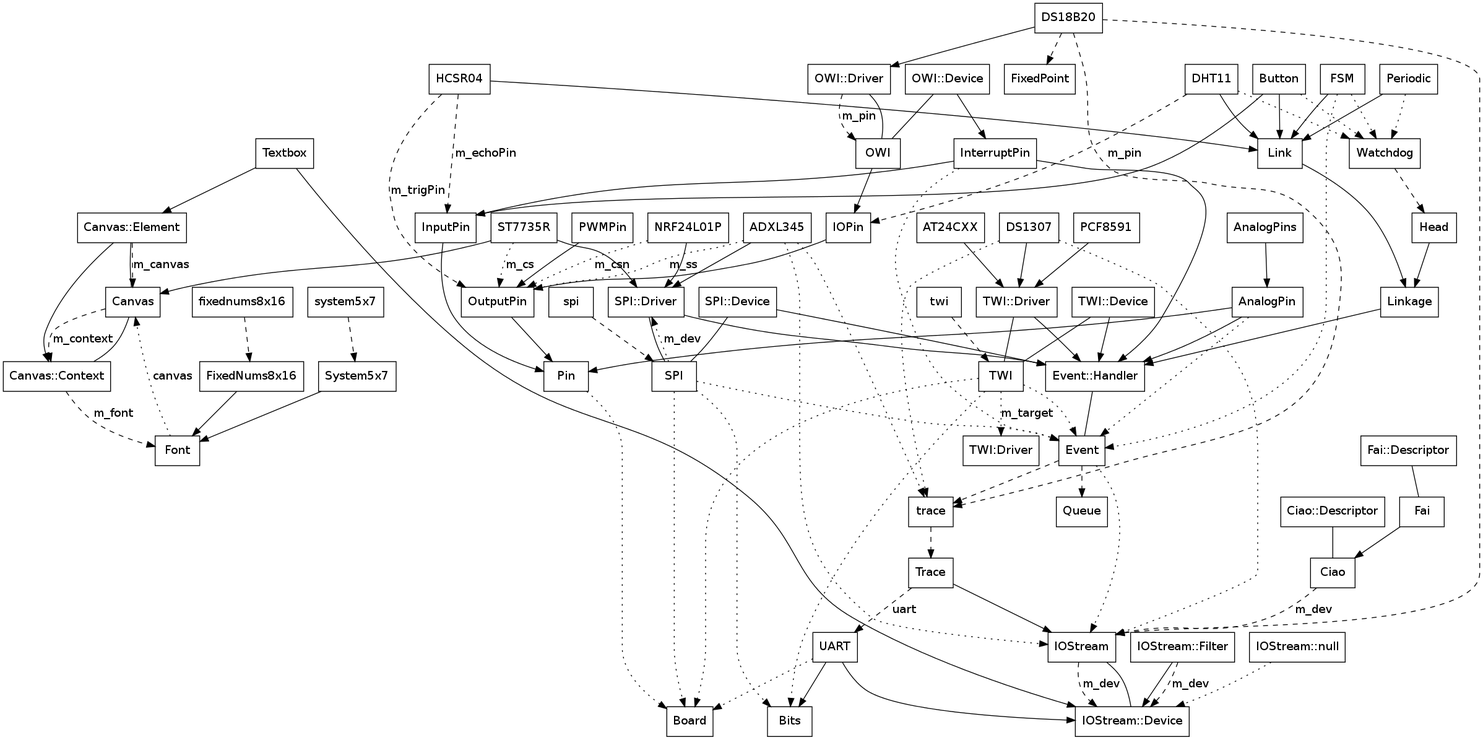
The Graphviz diagram CLASS.png in mikaelpatel/Cosa, before a commit. Its source is kept beside it as CLASS.dot.
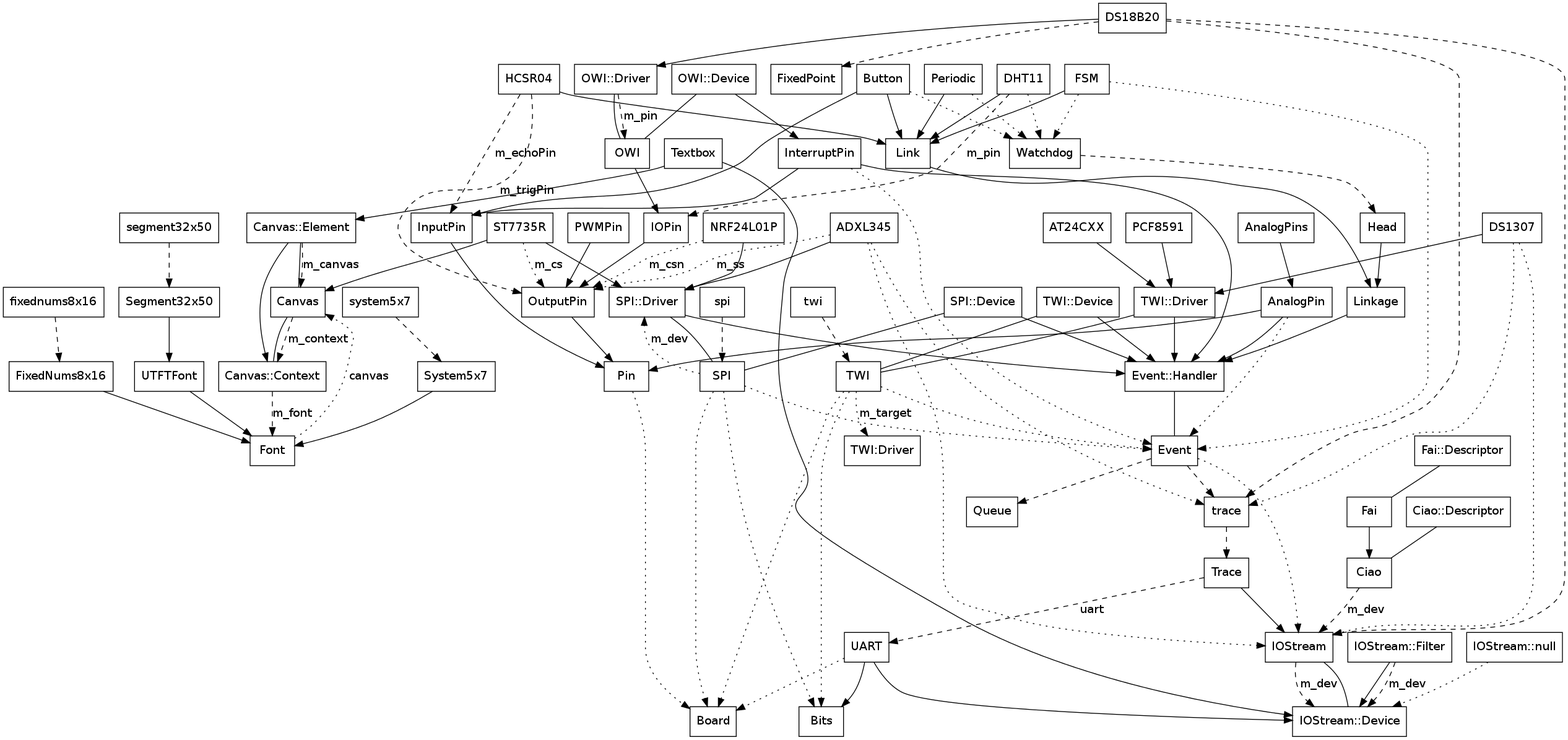
The same diagram one commit later.

Commit message:
Updating class overview.

The edit, as a diff of the source:
```diff
@@ -46,10 +46,13 @@
 "Textbox" -> "IOStream::Device";
 
 "Font" -> "Canvas" [style=dotted,label=canvas];
+"System5x7" -> "Font";
 "system5x7" -> "System5x7" [style=dashed];
-"System5x7" -> "Font";
+"FixedNums8x16" -> "Font";
 "fixednums8x16" -> "FixedNums8x16" [style=dashed];
-"FixedNums8x16" -> "Font";
+"UTFTFont" -> "Font";
+"Segment32x50" -> "UTFTFont";
+"segment32x50" -> "Segment32x50" [style=dashed];
 
 "Ciao" -> "IOStream" [style=dashed,label=m_dev];
 "Ciao::Descriptor" -> "Ciao" [arrowhead=none];
```
